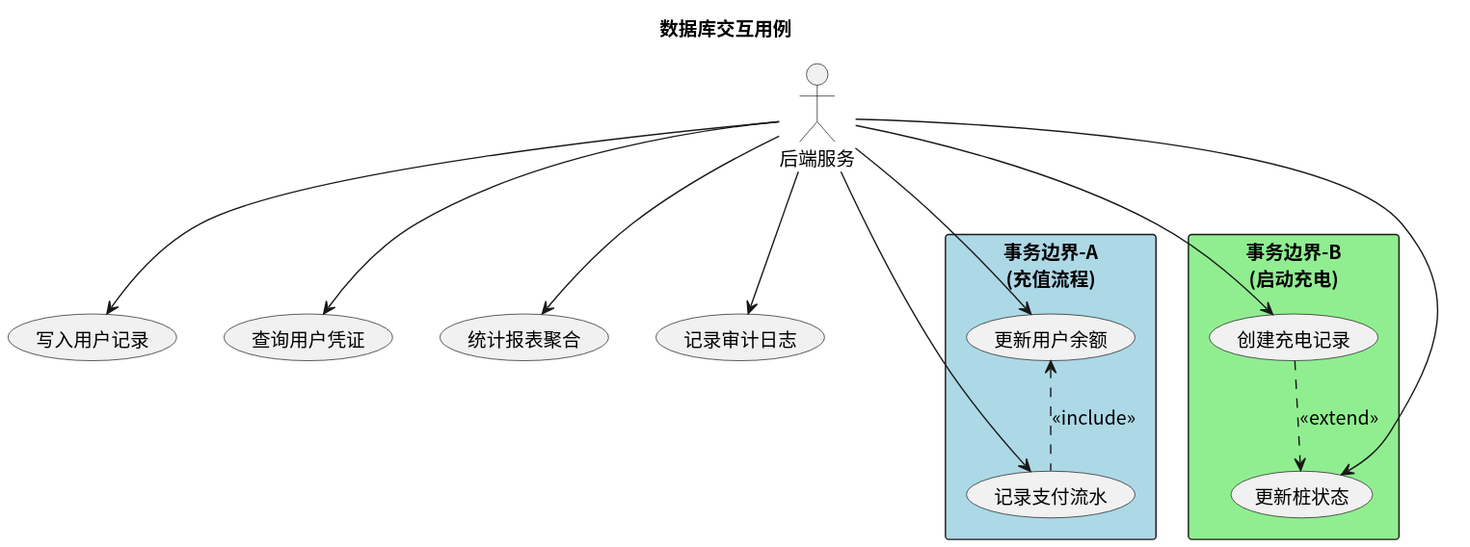
Above: usecase/docs/database/img/database_usecases.svg in greenhandzdl/charging-station-doc (PlantUML), before the change.
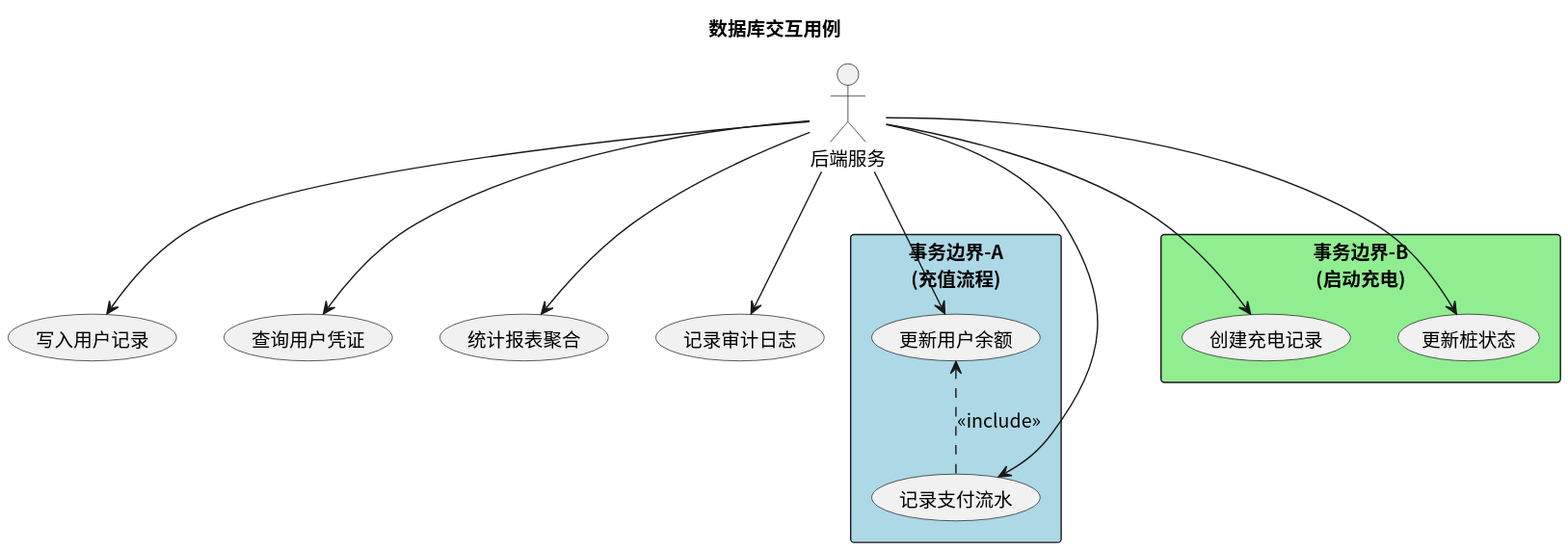
After the commit.

What changed in the source:
```diff
@@ -32,5 +32,4 @@
 BE --> UC8
 
 UC4 <.down. UC3 : <<include>>
-UC5 ..> UC6 : <<extend>>
 @enduml
```
